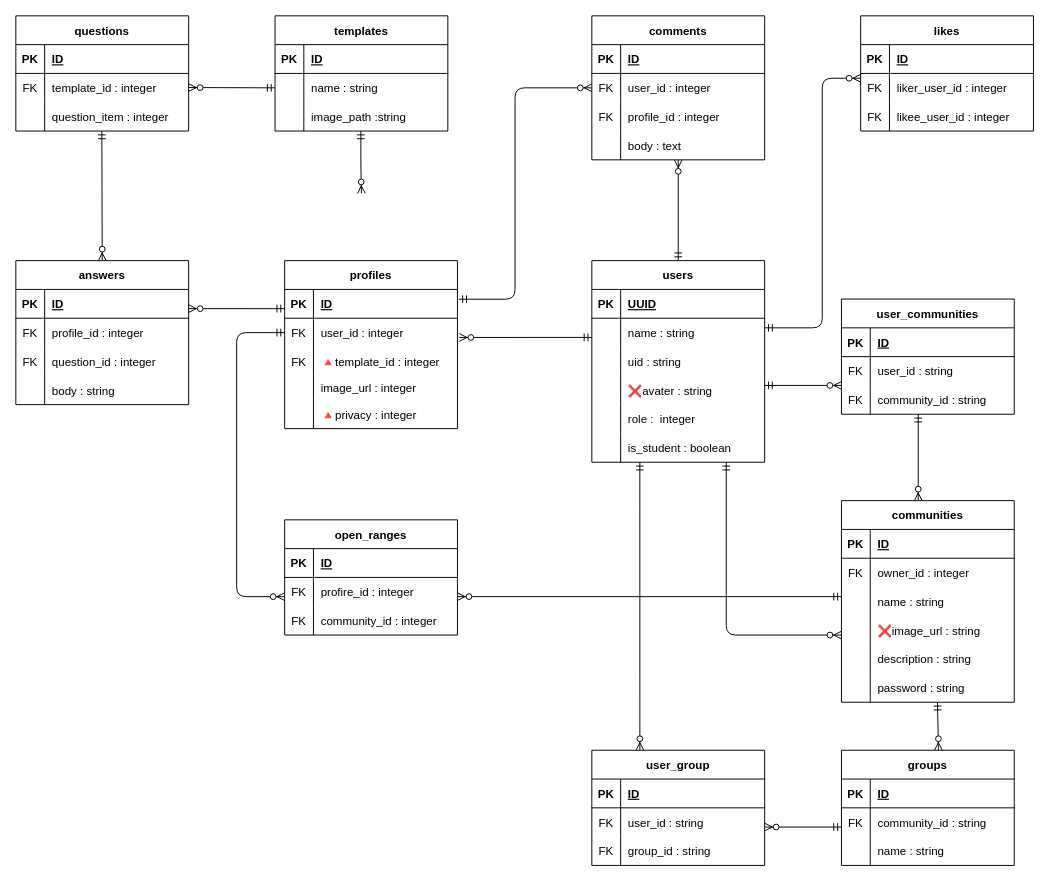
Earlier version of the draw.io diagram kadai/ER_ver2.drawio (mitsu30/Read_me_backend). Source tidied: cells renumbered, new cells numbered last; positions are measured from the earlier drawing's top-left corner, leaving out a move shared by most shapes. Both pictures are drawn from the tidied source at 96%, with x=0, y=0 at pixel (15, 15).
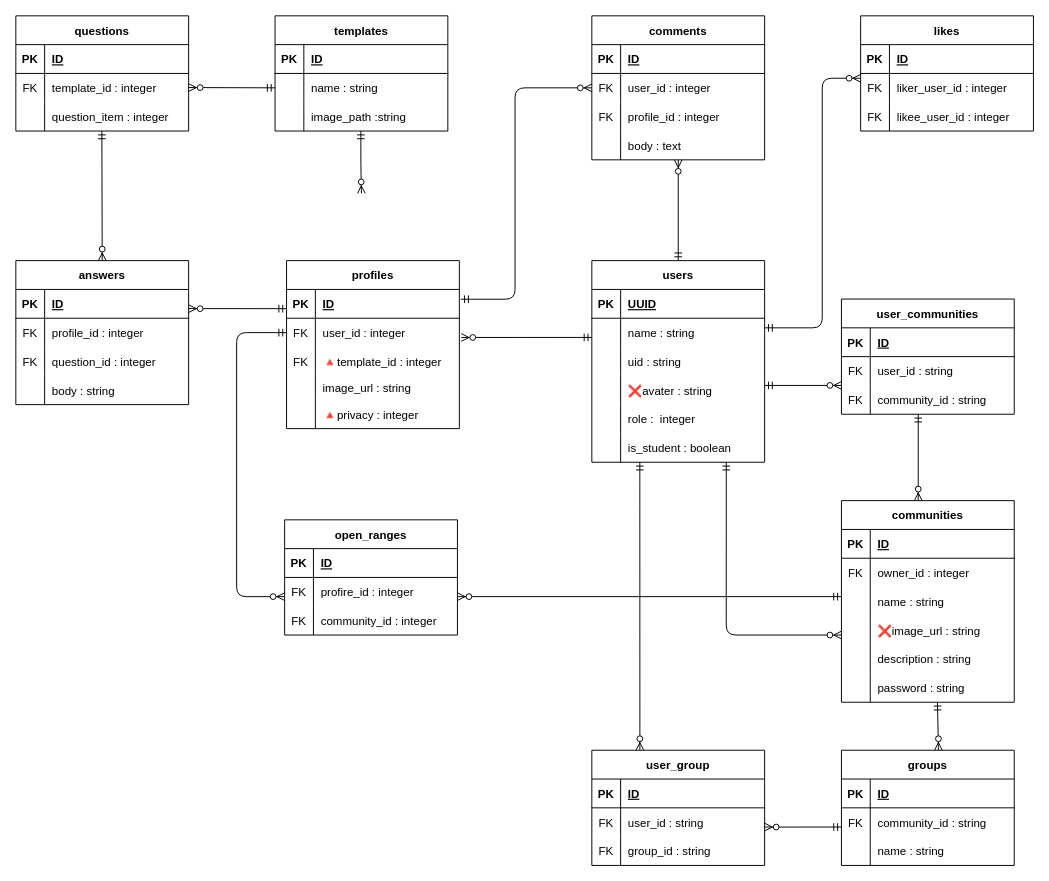
After the change.

Unchanged cells that the change refers to:
```xml
<mxCell id="31" style="shape=tableRow;horizontal=0;startSize=0;swimlaneHead=0;swimlaneBody=0;fillColor=none;top=0;left=0;right=0;bottom=0;" parent="21" vertex="1">
  <mxGeometry y="120" width="180" height="25" as="geometry" />
</mxCell>
```

Change to the diagram source:
```diff
@@
     <mxCell id="21" value="profiles" style="shape=table;startSize=30;childLayout=tableLayout;rowLines=0;fontStyle=1;align=center;" parent="1" vertex="1">
-      <mxGeometry x="280" y="255" width="180" height="175" as="geometry" />
+      <mxGeometry x="282" y="255" width="180" height="175" as="geometry" />
     </mxCell>
@@
-    <mxCell id="33" value="image_url : integer" style="shape=partialRectangle;fillColor=none;top=0;left=0;bottom=0;right=0;align=left;spacingLeft=6;overflow=hidden;" parent="31" vertex="1">
+    <mxCell id="33" value="image_url : string" style="shape=partialRectangle;fillColor=none;top=0;left=0;bottom=0;right=0;align=left;spacingLeft=6;overflow=hidden;" parent="31" vertex="1">
       <mxGeometry x="30" width="150" height="25" as="geometry" />
     </mxCell>
```
